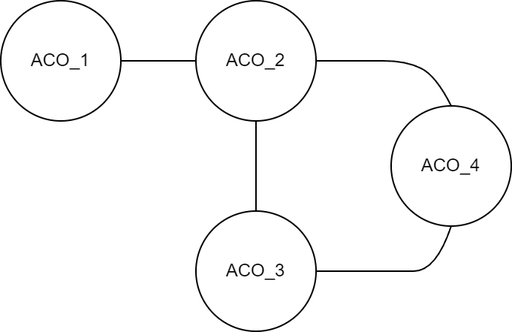
Before: Relazione/images/ticket_master_topology.png, a diagram exported from draw.io (kr0bi/distributed-systems). Source tidied: cells renumbered, new cells last; positions are measured from the earlier drawing's top-left corner, leaving out a move shared by most shapes.
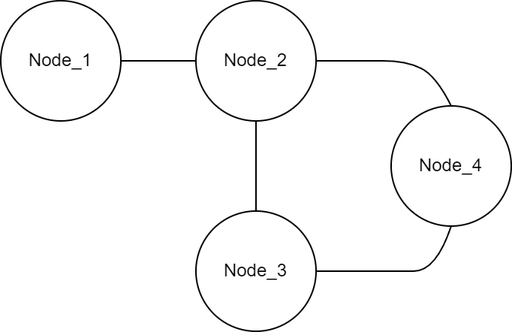
Above is the later version.

What changed in the source:
```diff
@@ -2,19 +2,19 @@
   <root>
     <mxCell id="0" />
     <mxCell id="1" parent="0" />
-    <mxCell id="2" value="ACO_2" style="ellipse;whiteSpace=wrap;html=1;" parent="1" vertex="1">
+    <mxCell id="2" value="Node_2" style="ellipse;whiteSpace=wrap;html=1;" parent="1" vertex="1">
       <mxGeometry x="130" width="80" height="80" as="geometry" />
     </mxCell>
-    <mxCell id="3" value="ACO_3" style="ellipse;whiteSpace=wrap;html=1;" parent="1" vertex="1">
+    <mxCell id="3" value="Node_3" style="ellipse;whiteSpace=wrap;html=1;" parent="1" vertex="1">
       <mxGeometry x="130" y="140" width="80" height="80" as="geometry" />
     </mxCell>
-    <mxCell id="4" value="ACO_4" style="ellipse;whiteSpace=wrap;html=1;" parent="1" vertex="1">
+    <mxCell id="4" value="Node_4" style="ellipse;whiteSpace=wrap;html=1;" parent="1" vertex="1">
       <mxGeometry x="260" y="70" width="80" height="80" as="geometry" />
     </mxCell>
     <mxCell id="5" style="endArrow=none;html=1;rounded=0;entryX=1;entryY=0.5;entryDx=0;entryDy=0;exitX=0;exitY=0.5;exitDx=0;exitDy=0;" parent="1" edge="1" source="2" target="6">
       <mxGeometry relative="1" as="geometry" />
     </mxCell>
-    <mxCell id="6" value="ACO_1" style="ellipse;whiteSpace=wrap;html=1;" parent="1" vertex="1">
+    <mxCell id="6" value="Node_1" style="ellipse;whiteSpace=wrap;html=1;" parent="1" vertex="1">
       <mxGeometry width="80" height="80" as="geometry" />
     </mxCell>
     <mxCell id="7" style="endArrow=none;html=1;rounded=0;entryX=0.5;entryY=1;entryDx=0;entryDy=0;exitX=0.5;exitY=0;exitDx=0;exitDy=0;" parent="1" edge="1" source="3" target="2">
```
